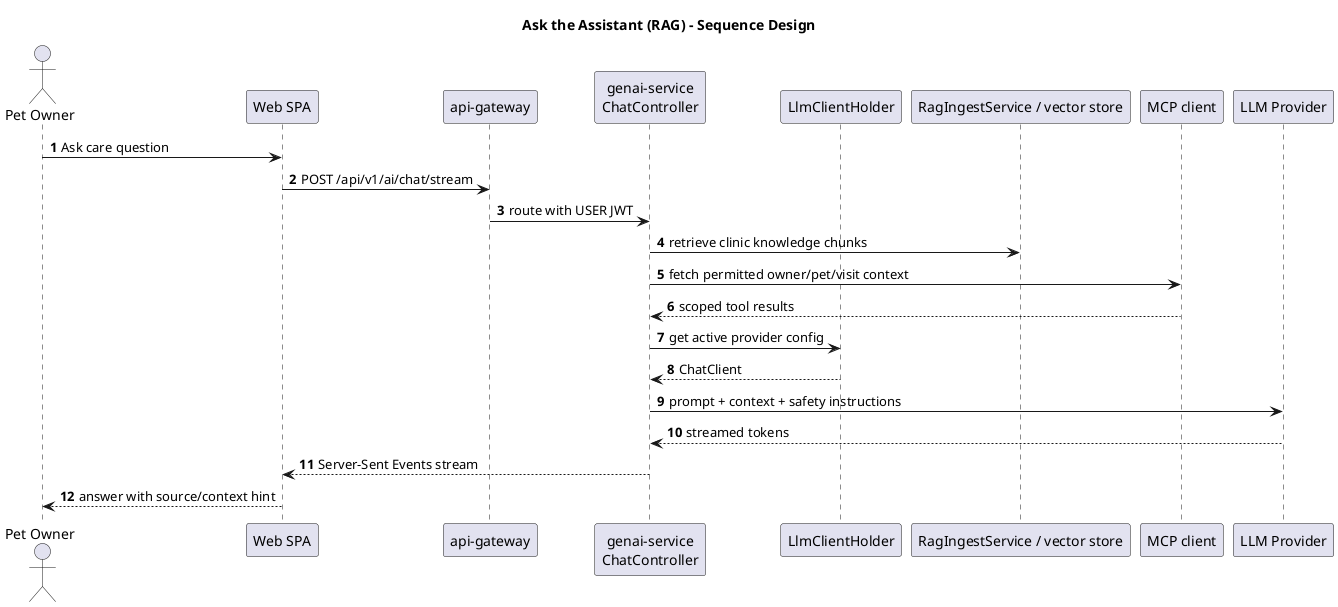
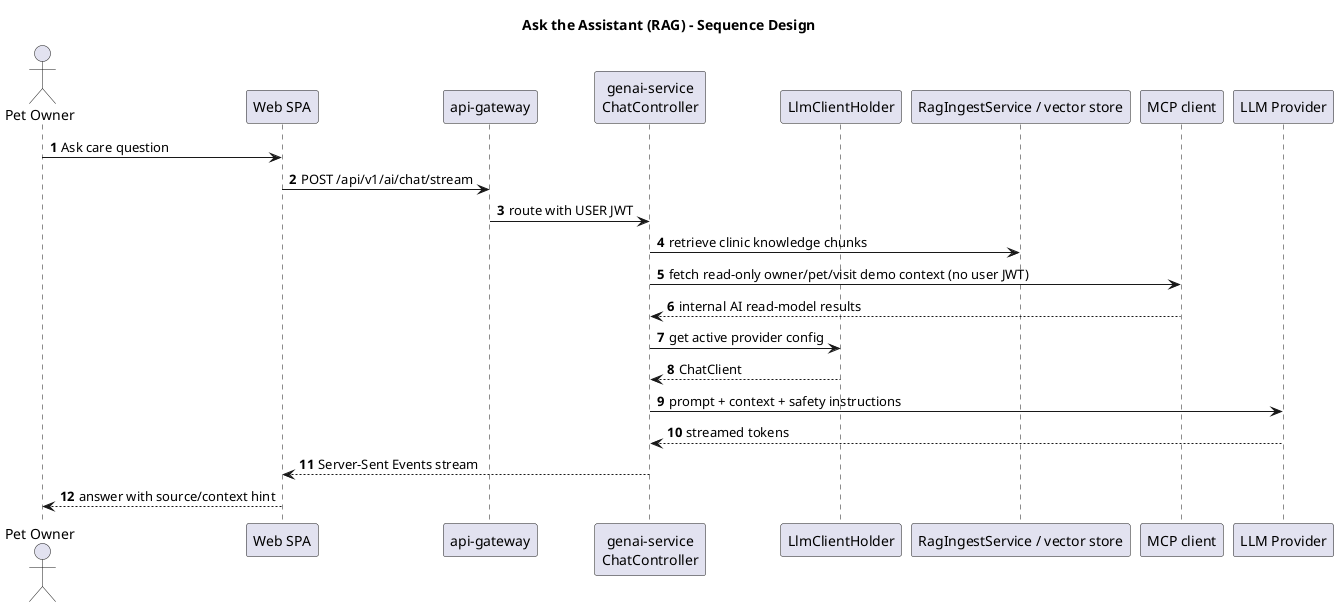
@startuml
title Ask the Assistant (RAG) - Sequence Design
autonumber
skinparam shadowing false

actor "Pet Owner" as Owner
participant "Web SPA" as Web
participant "api-gateway" as Gateway
participant "genai-service\nChatController" as Chat
participant "LlmClientHolder" as Holder
participant "RagIngestService / vector store" as RAG
participant "MCP client" as MCP
participant "LLM Provider" as LLM

Owner -> Web: Ask care question
Web -> Gateway: POST /api/v1/ai/chat/stream
Gateway -> Chat: route with USER JWT
Chat -> RAG: retrieve clinic knowledge chunks
- Chat -> MCP: fetch permitted owner/pet/visit context
- MCP --> Chat: scoped tool results
+ Chat -> MCP: fetch read-only owner/pet/visit demo context (no user JWT)
+ MCP --> Chat: internal AI read-model results
Chat -> Holder: get active provider config
Holder --> Chat: ChatClient
Chat -> LLM: prompt + context + safety instructions
LLM --> Chat: streamed tokens
Chat --> Web: Server-Sent Events stream
Web --> Owner: answer with source/context hint
@enduml
